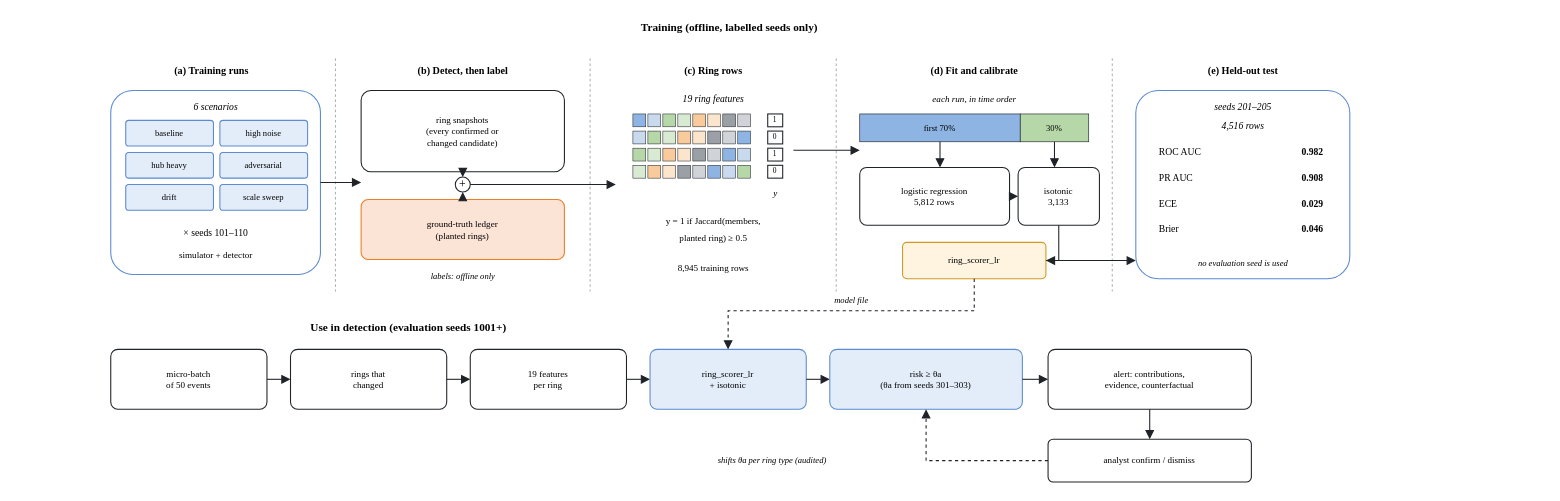
This is docs/paper/figures/training_pipeline.drawio from au-revoir777/NO-SQL-Project, a draw.io file, before an edit. Source tidied: cells renumbered, new cells numbered last; positions are measured from the earlier drawing's top-left corner, leaving out a move shared by most shapes. Both pictures are drawn from the tidied source at 107%, with x=0, y=0 at pixel (18, 18).
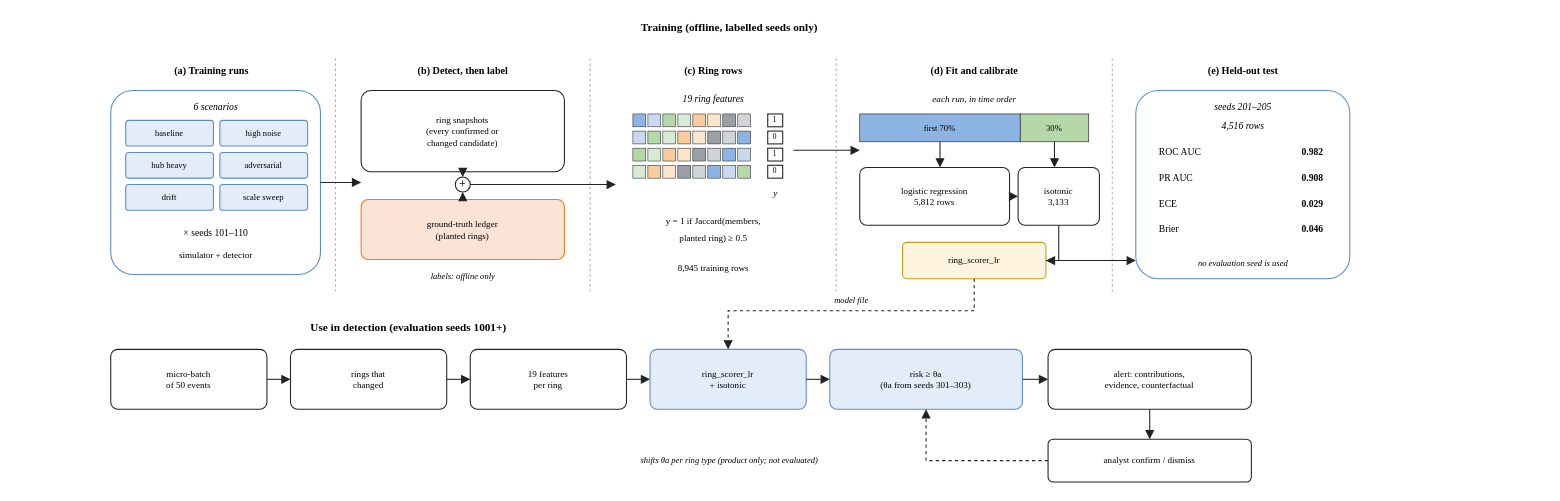
The same page after the edit.

What changed in the source:
```diff
@@
-    <mxCell id="112" value="shifts θa per ring type (audited)" style="text;html=1;align=center;verticalAlign=middle;fontFamily=Times New Roman;fontSize=8;fontStyle=2;" parent="1" vertex="1">
-      <mxGeometry x="524" y="404" width="360" height="18" as="geometry" />
+    <mxCell id="112" value="shifts θa per ring type (product only; not evaluated)" style="text;html=1;align=center;verticalAlign=middle;fontFamily=Times New Roman;fontSize=8;fontStyle=2;" parent="1" vertex="1">
+      <mxGeometry x="484" y="404" width="360" height="18" as="geometry" />
     </mxCell>
```
